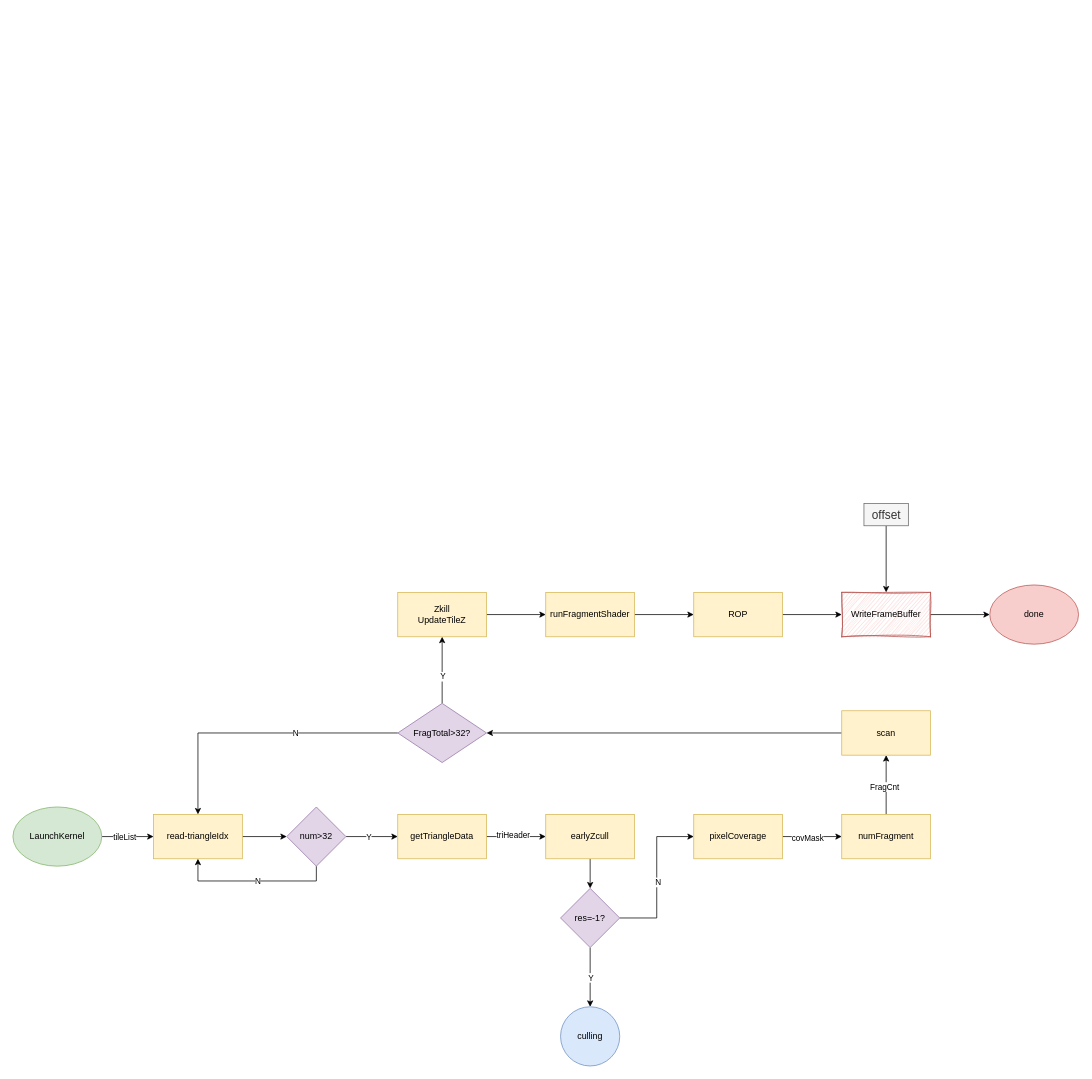
Above: fine_raster.drawio in spaceboy202105/img (draw.io), before the change. Source tidied: cells renumbered, new cells numbered last; positions are measured from the earlier drawing's top-left corner, leaving out a move shared by most shapes. Both pictures are drawn from the tidied source at 74%, with x=0, y=0 at pixel (13, 503).
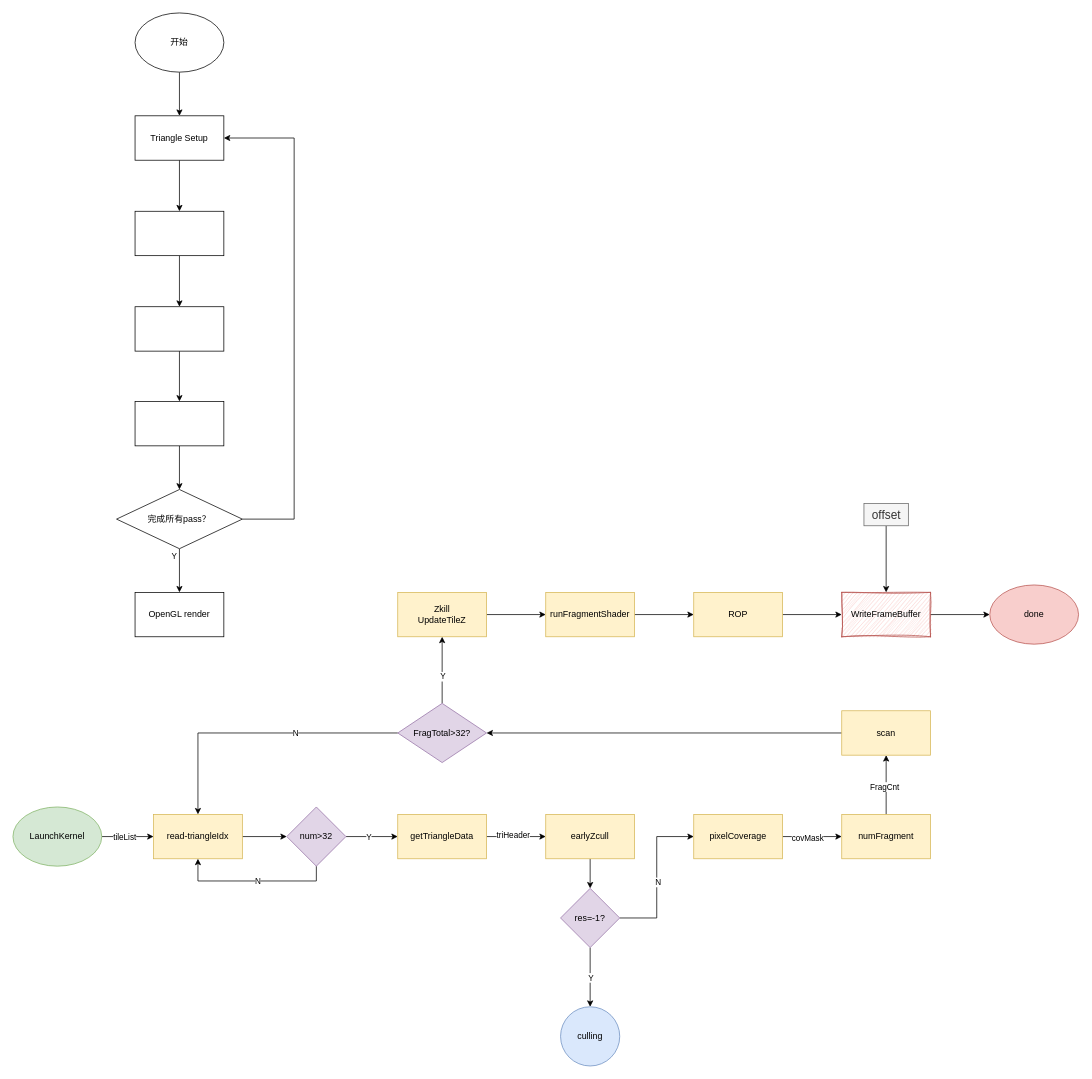
The same page after the edit.

Change to the diagram source:
```diff
@@
+    <mxCell id="47" style="edgeStyle=orthogonalEdgeStyle;rounded=0;jettySize=auto;html=1;" parent="1" edge="1" source="48" target="50">
+      <mxGeometry relative="1" as="geometry" />
+    </mxCell>
+    <mxCell id="48" value="开始" style="ellipse;whiteSpace=wrap;html=1;" parent="1" vertex="1">
+      <mxGeometry x="165" y="-663" width="120" height="80" as="geometry" />
+    </mxCell>
+    <mxCell id="49" style="edgeStyle=orthogonalEdgeStyle;rounded=0;jettySize=auto;html=1;" parent="1" edge="1" source="50" target="52">
+      <mxGeometry relative="1" as="geometry" />
+    </mxCell>
+    <mxCell id="50" value="Triangle Setup" style="whiteSpace=wrap;html=1;" parent="1" vertex="1">
+      <mxGeometry x="165" y="-524" width="120" height="60" as="geometry" />
+    </mxCell>
+    <mxCell id="51" style="edgeStyle=orthogonalEdgeStyle;rounded=0;jettySize=auto;html=1;" parent="1" edge="1" source="52" target="54">
+      <mxGeometry relative="1" as="geometry" />
+    </mxCell>
+    <mxCell id="52" style="whiteSpace=wrap;html=1;" parent="1" vertex="1">
+      <mxGeometry x="165" y="-395" width="120" height="60" as="geometry" />
+    </mxCell>
+    <mxCell id="53" style="edgeStyle=orthogonalEdgeStyle;rounded=0;jettySize=auto;html=1;" parent="1" edge="1" source="54" target="56">
+      <mxGeometry relative="1" as="geometry" />
+    </mxCell>
+    <mxCell id="54" style="whiteSpace=wrap;html=1;" parent="1" vertex="1">
+      <mxGeometry x="165" y="-266" width="120" height="60" as="geometry" />
+    </mxCell>
+    <mxCell id="55" style="edgeStyle=orthogonalEdgeStyle;rounded=0;jettySize=auto;html=1;" parent="1" edge="1" source="56" target="60">
+      <mxGeometry relative="1" as="geometry" />
+    </mxCell>
+    <mxCell id="56" style="whiteSpace=wrap;html=1;" parent="1" vertex="1">
+      <mxGeometry x="165" y="-138" width="120" height="60" as="geometry" />
+    </mxCell>
+    <mxCell id="57" style="edgeStyle=orthogonalEdgeStyle;rounded=0;jettySize=auto;html=1;" parent="1" edge="1" source="60" target="61">
+      <mxGeometry relative="1" as="geometry" />
+    </mxCell>
+    <mxCell id="58" value="Y" style="edgeLabel;html=1;align=center;verticalAlign=middle;" parent="57" vertex="1">
+      <mxGeometry x="-0.06" y="2" relative="1" as="geometry">
+        <mxPoint x="-10" y="-18" as="offset" />
+      </mxGeometry>
+    </mxCell>
+    <mxCell id="59" style="edgeStyle=orthogonalEdgeStyle;rounded=0;jettySize=auto;html=1;entryX=1;entryY=0.5;entryDx=0;entryDy=0;" parent="1" edge="1" source="60" target="50">
+      <mxGeometry relative="1" as="geometry">
+        <Array as="points">
+          <mxPoint x="380" y="21" />
+          <mxPoint x="380" y="-494" />
+        </Array>
+      </mxGeometry>
+    </mxCell>
+    <mxCell id="60" value="完成所有pass？" style="rhombus;whiteSpace=wrap;html=1;" parent="1" vertex="1">
+      <mxGeometry x="140" y="-19" width="170" height="80" as="geometry" />
+    </mxCell>
+    <mxCell id="61" value="OpenGL render" style="whiteSpace=wrap;html=1;" parent="1" vertex="1">
+      <mxGeometry x="165" y="120" width="120" height="60" as="geometry" />
+    </mxCell>
```
